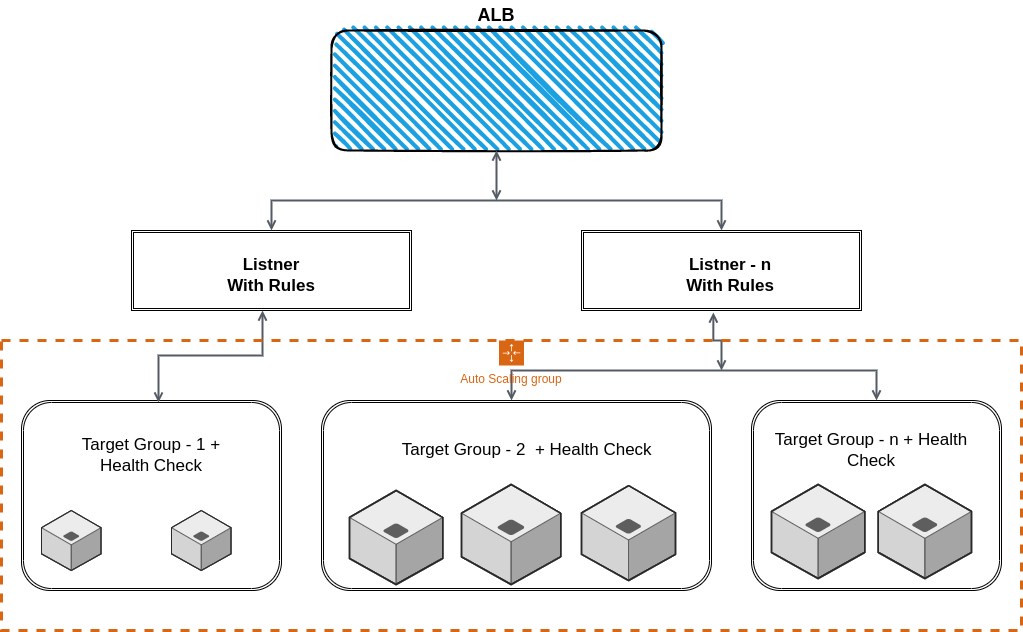
Earlier version of the draw.io export Tools/ALB.drawio.png (ManuGeorge96/ManuGeorge96). Source tidied: cells renumbered, new cells last; positions are measured from the earlier drawing's top-left corner, leaving out a move shared by most shapes.
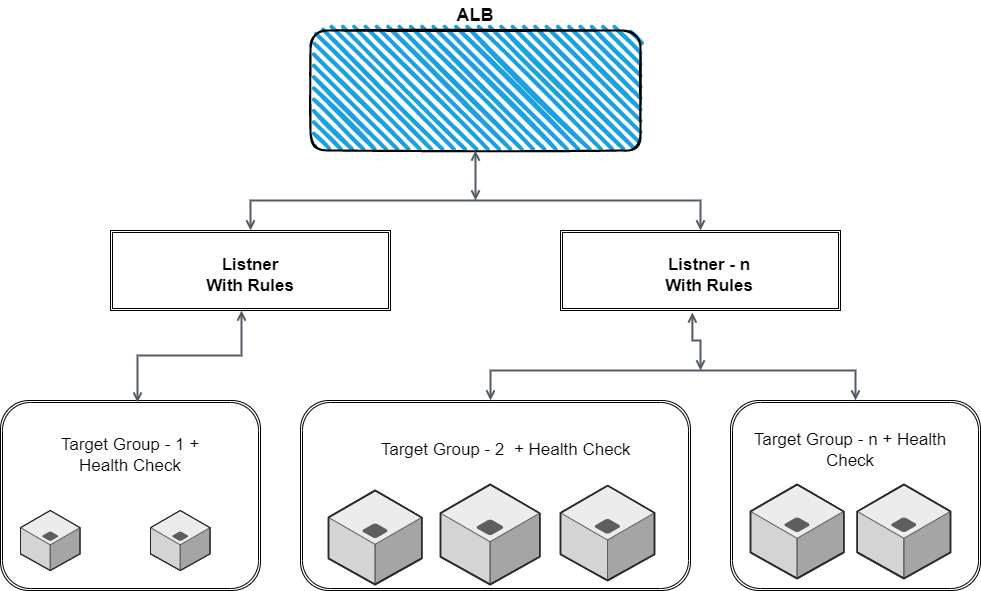
Later version of the same file.

Change to the diagram source:
```diff
@@ -88,8 +88,5 @@
     <mxCell id="25" value="&lt;b&gt;ALB&lt;/b&gt;" style="text;html=1;strokeColor=none;fillColor=none;align=center;verticalAlign=middle;whiteSpace=wrap;rounded=0;fontSize=18;" parent="1" vertex="1">
       <mxGeometry x="465" width="60" height="30" as="geometry" />
     </mxCell>
-    <mxCell id="26" value="Auto Scaling group" style="gradientColor=none;html=1;whiteSpace=wrap;fontSize=12;fontStyle=0;shape=mxgraph.aws4.groupCenter;grIcon=mxgraph.aws4.group_auto_scaling_group;grStroke=1;strokeColor=#D86613;fillColor=none;verticalAlign=top;align=center;fontColor=#D86613;dashed=1;spacingTop=25;strokeWidth=3;" parent="1" vertex="1">
-      <mxGeometry y="340" width="1020" height="290" as="geometry" />
-    </mxCell>
   </root>
 </mxGraphModel>
```
